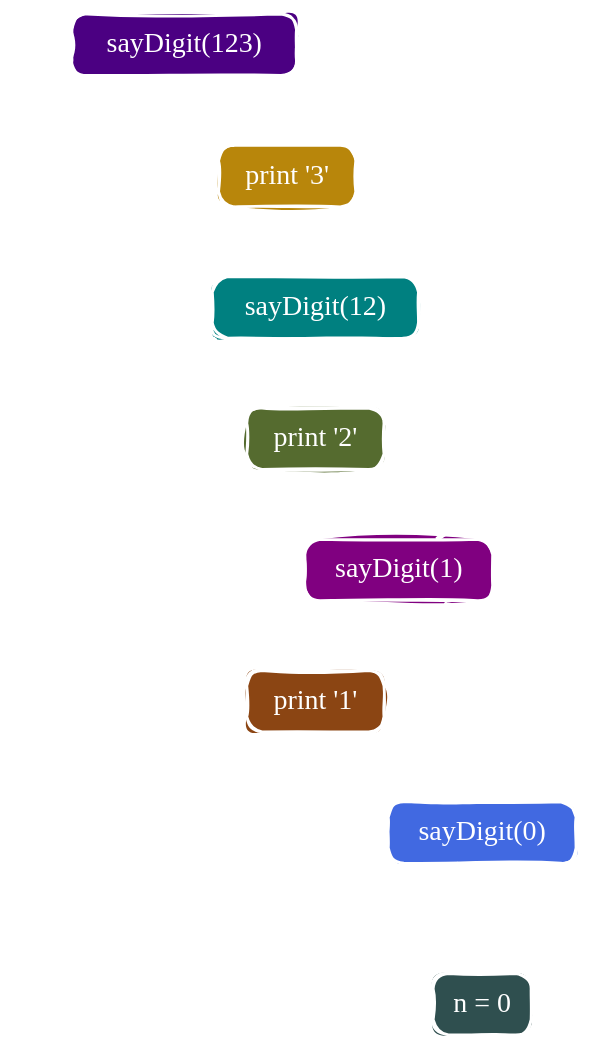
Above: lec31_32_Recursion/sayDigit.excalidraw.svg in snckkund/Cpp (Excalidraw), before the change. Source tidied: one line per element, renumbered; positions are measured from the earlier drawing's top-left corner, leaving out a move shared by most shapes.
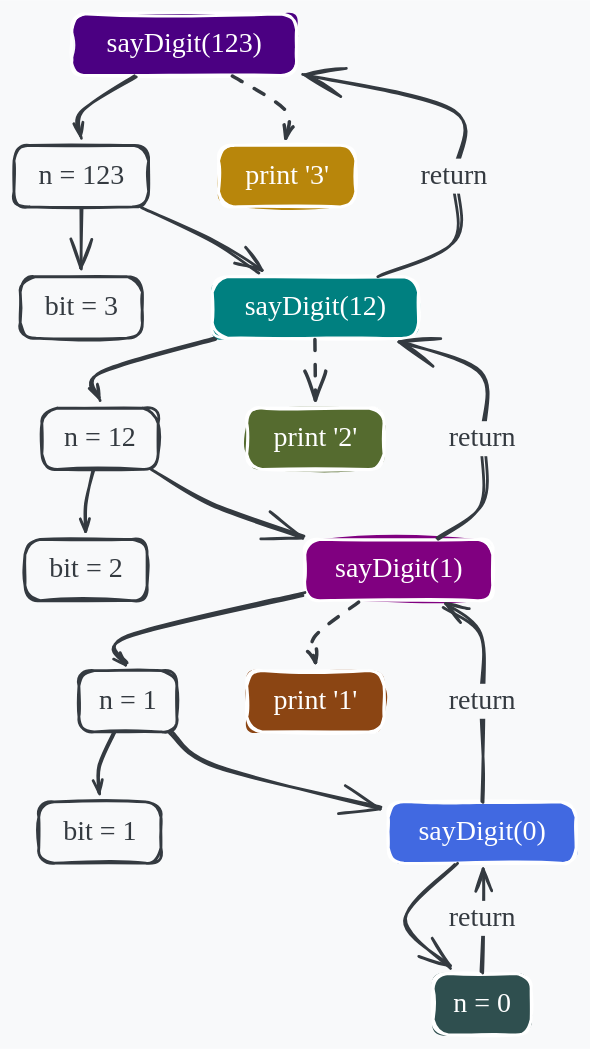
After the change.

Change to the diagram source:
```diff
@@ -1,49 +1,49 @@
 {"id": 0, "type": "rectangle", "strokeColor": "#ffffff", "backgroundColor": "#4B0082", "fillStyle": "solid", "strokeWidth": 2, "roughness": 1, "round": true, "x": 41, "y": 0, "width": 160, "height": 44}
-{"id": 1, "type": "rectangle", "strokeColor": "#ffffff", "strokeWidth": 2, "roughness": 1, "round": true, "x": 0, "y": 94, "width": 96, "height": 44}
+{"id": 1, "type": "rectangle", "strokeColor": "#343a40", "strokeWidth": 2, "roughness": 1, "round": true, "x": 0, "y": 94, "width": 96, "height": 44}
-{"id": 2, "type": "rectangle", "strokeColor": "#ffffff", "strokeWidth": 2, "roughness": 1, "round": true, "x": 4, "y": 188, "width": 87, "height": 44}
+{"id": 2, "type": "rectangle", "strokeColor": "#343a40", "strokeWidth": 2, "roughness": 1, "round": true, "x": 4, "y": 188, "width": 87, "height": 44}
 {"id": 3, "type": "rectangle", "strokeColor": "#ffffff", "backgroundColor": "#008080", "fillStyle": "solid", "strokeWidth": 2, "roughness": 1, "round": true, "x": 142, "y": 188, "width": 147, "height": 44}
-{"id": 4, "type": "rectangle", "strokeColor": "#ffffff", "strokeWidth": 2, "roughness": 1, "round": true, "x": 20, "y": 281, "width": 83, "height": 44}
+{"id": 4, "type": "rectangle", "strokeColor": "#343a40", "strokeWidth": 2, "roughness": 1, "round": true, "x": 20, "y": 281, "width": 83, "height": 44}
-{"id": 5, "type": "rectangle", "strokeColor": "#ffffff", "strokeWidth": 2, "roughness": 1, "round": true, "x": 8, "y": 375, "width": 87, "height": 44}
+{"id": 5, "type": "rectangle", "strokeColor": "#343a40", "strokeWidth": 2, "roughness": 1, "round": true, "x": 8, "y": 375, "width": 87, "height": 44}
 {"id": 6, "type": "rectangle", "strokeColor": "#ffffff", "backgroundColor": "#800080", "fillStyle": "solid", "strokeWidth": 2, "roughness": 1, "round": true, "x": 208, "y": 375, "width": 134, "height": 44}
-{"id": 7, "type": "rectangle", "strokeColor": "#ffffff", "strokeWidth": 2, "roughness": 1, "round": true, "x": 46, "y": 469, "width": 70, "height": 44}
+{"id": 7, "type": "rectangle", "strokeColor": "#343a40", "strokeWidth": 2, "roughness": 1, "round": true, "x": 46, "y": 469, "width": 70, "height": 44}
-{"id": 8, "type": "rectangle", "strokeColor": "#ffffff", "strokeWidth": 2, "roughness": 1, "round": true, "x": 18, "y": 563, "width": 87, "height": 44}
+{"id": 8, "type": "rectangle", "strokeColor": "#343a40", "strokeWidth": 2, "roughness": 1, "round": true, "x": 18, "y": 563, "width": 87, "height": 44}
 {"id": 9, "type": "rectangle", "strokeColor": "#ffffff", "backgroundColor": "#4169E1", "fillStyle": "solid", "strokeWidth": 2, "roughness": 1, "round": true, "x": 267, "y": 563, "width": 134, "height": 44}
 {"id": 10, "type": "rectangle", "strokeColor": "#ffffff", "backgroundColor": "#2F4F4F", "fillStyle": "solid", "strokeWidth": 2, "roughness": 1, "round": true, "x": 300, "y": 685, "width": 70, "height": 44}
 {"id": 11, "type": "rectangle", "strokeColor": "#ffffff", "backgroundColor": "#8B4513", "fillStyle": "solid", "strokeWidth": 2, "roughness": 1, "round": true, "x": 166, "y": 469, "width": 98, "height": 44}
 {"id": 12, "type": "rectangle", "strokeColor": "#ffffff", "backgroundColor": "#556B2F", "fillStyle": "solid", "strokeWidth": 2, "roughness": 1, "round": true, "x": 166, "y": 281, "width": 98, "height": 44}
 {"id": 13, "type": "rectangle", "strokeColor": "#ffffff", "backgroundColor": "#B8860B", "fillStyle": "solid", "strokeWidth": 2, "roughness": 1, "round": true, "x": 146, "y": 94, "width": 98, "height": 44}
-{"id": 14, "type": "arrow", "strokeColor": "#ffffff", "strokeWidth": 2, "roughness": 1, "endArrowhead": "arrow", "round": true, "from": 0, "to": 1, "x": 87, "y": 44, "width": 39, "height": 44, "points": [[0, 0], [-39, 24], [-39, 44]]}
+{"id": 14, "type": "arrow", "strokeColor": "#343a40", "strokeWidth": 2, "roughness": 1, "endArrowhead": "arrow", "round": true, "from": 0, "to": 1, "x": 87, "y": 44, "width": 39, "height": 44, "points": [[0, 0], [-39, 24], [-39, 44]]}
-{"id": 15, "type": "arrow", "strokeColor": "#ffffff", "strokeWidth": 2, "roughness": 1, "endArrowhead": "arrow", "round": true, "from": 1, "to": 2, "x": 48, "y": 138, "width": 0, "height": 44, "points": [[0, 0], [0, 44]]}
+{"id": 15, "type": "arrow", "strokeColor": "#343a40", "strokeWidth": 2, "roughness": 1, "endArrowhead": "arrow", "round": true, "from": 1, "to": 2, "x": 48, "y": 138, "width": 0, "height": 44, "points": [[0, 0], [0, 44]]}
-{"id": 16, "type": "arrow", "strokeColor": "#ffffff", "strokeWidth": 2, "roughness": 1, "endArrowhead": "arrow", "round": true, "from": 1, "to": 3, "x": 92, "y": 138, "width": 84, "height": 46, "points": [[0, 0], [49, 24], [84, 46]]}
+{"id": 16, "type": "arrow", "strokeColor": "#343a40", "strokeWidth": 2, "roughness": 1, "endArrowhead": "arrow", "round": true, "from": 1, "to": 3, "x": 92, "y": 138, "width": 84, "height": 46, "points": [[0, 0], [49, 24], [84, 46]]}
-{"id": 17, "type": "arrow", "strokeColor": "#ffffff", "strokeWidth": 2, "roughness": 1, "endArrowhead": "arrow", "round": true, "from": 3, "to": 4, "x": 143, "y": 232, "width": 82, "height": 44, "points": [[0, 0], [-82, 24], [-82, 44]]}
+{"id": 17, "type": "arrow", "strokeColor": "#343a40", "strokeWidth": 2, "roughness": 1, "endArrowhead": "arrow", "round": true, "from": 3, "to": 4, "x": 143, "y": 232, "width": 82, "height": 44, "points": [[0, 0], [-82, 24], [-82, 44]]}
-{"id": 18, "type": "arrow", "strokeColor": "#ffffff", "strokeWidth": 2, "roughness": 1, "endArrowhead": "arrow", "round": true, "from": 4, "to": 5, "x": 57, "y": 326, "width": 5, "height": 44, "points": [[0, 0], [-5, 24], [-5, 44]]}
+{"id": 18, "type": "arrow", "strokeColor": "#343a40", "strokeWidth": 2, "roughness": 1, "endArrowhead": "arrow", "round": true, "from": 4, "to": 5, "x": 57, "y": 326, "width": 5, "height": 44, "points": [[0, 0], [-5, 24], [-5, 44]]}
-{"id": 19, "type": "arrow", "strokeColor": "#ffffff", "strokeWidth": 2, "roughness": 1, "endArrowhead": "arrow", "round": true, "from": 4, "to": 6, "x": 99, "y": 326, "width": 108, "height": 47, "points": [[0, 0], [42, 24], [108, 47]]}
+{"id": 19, "type": "arrow", "strokeColor": "#343a40", "strokeWidth": 2, "roughness": 1, "endArrowhead": "arrow", "round": true, "from": 4, "to": 6, "x": 99, "y": 326, "width": 108, "height": 47, "points": [[0, 0], [42, 24], [108, 47]]}
-{"id": 20, "type": "arrow", "strokeColor": "#ffffff", "strokeWidth": 2, "roughness": 1, "endArrowhead": "arrow", "round": true, "to": 7, "x": 208, "y": 414, "width": 126, "height": 49, "points": [[0, 0], [-126, 30], [-126, 49]]}
+{"id": 20, "type": "arrow", "strokeColor": "#343a40", "strokeWidth": 2, "roughness": 1, "endArrowhead": "arrow", "round": true, "to": 7, "x": 208, "y": 414, "width": 126, "height": 49, "points": [[0, 0], [-126, 30], [-126, 49]]}
-{"id": 21, "type": "arrow", "strokeColor": "#ffffff", "strokeWidth": 2, "roughness": 1, "endArrowhead": "arrow", "round": true, "from": 7, "to": 8, "x": 72, "y": 513, "width": 11, "height": 44, "points": [[0, 0], [-11, 24], [-11, 44]]}
+{"id": 21, "type": "arrow", "strokeColor": "#343a40", "strokeWidth": 2, "roughness": 1, "endArrowhead": "arrow", "round": true, "from": 7, "to": 8, "x": 72, "y": 513, "width": 11, "height": 44, "points": [[0, 0], [-11, 24], [-11, 44]]}
-{"id": 22, "type": "arrow", "strokeColor": "#ffffff", "strokeWidth": 2, "roughness": 1, "endArrowhead": "arrow", "round": true, "from": 7, "to": 9, "x": 112, "y": 513, "width": 150, "height": 53, "points": [[0, 0], [33, 24], [150, 53]]}
+{"id": 22, "type": "arrow", "strokeColor": "#343a40", "strokeWidth": 2, "roughness": 1, "endArrowhead": "arrow", "round": true, "from": 7, "to": 9, "x": 112, "y": 513, "width": 150, "height": 53, "points": [[0, 0], [33, 24], [150, 53]]}
-{"id": 23, "type": "arrow", "strokeColor": "#ffffff", "strokeWidth": 2, "roughness": 1, "endArrowhead": "arrow", "round": true, "from": 9, "to": 10, "x": 315, "y": 607, "width": 36, "height": 74, "points": [[0, 0], [-36, 39], [-5, 74]]}
+{"id": 23, "type": "arrow", "strokeColor": "#343a40", "strokeWidth": 2, "roughness": 1, "endArrowhead": "arrow", "round": true, "from": 9, "to": 10, "x": 315, "y": 607, "width": 36, "height": 74, "points": [[0, 0], [-36, 39], [-5, 74]]}
-{"id": 24, "type": "arrow", "strokeColor": "#ffffff", "strokeWidth": 2, "roughness": 1, "endArrowhead": "arrow", "round": true, "from": 10, "to": 9, "x": 334, "y": 685, "width": 0, "height": 72, "points": [[0, 0], [0, -39], [0, -72]]}
+{"id": 24, "type": "arrow", "strokeColor": "#343a40", "strokeWidth": 2, "roughness": 1, "endArrowhead": "arrow", "round": true, "from": 10, "to": 9, "x": 334, "y": 685, "width": 0, "height": 72, "points": [[0, 0], [0, -39], [0, -72]]}
-{"id": 25, "type": "arrow", "strokeColor": "#ffffff", "strokeWidth": 2, "roughness": 1, "endArrowhead": "arrow", "round": true, "from": 9, "to": 6, "x": 334, "y": 562, "width": 27, "height": 140, "points": [[0, 0], [0, -24], [0, -71], [0, -118], [-27, -140]]}
+{"id": 25, "type": "arrow", "strokeColor": "#343a40", "strokeWidth": 2, "roughness": 1, "endArrowhead": "arrow", "round": true, "from": 9, "to": 6, "x": 334, "y": 562, "width": 27, "height": 140, "points": [[0, 0], [0, -24], [0, -71], [0, -118], [-27, -140]]}
-{"id": 26, "type": "arrow", "strokeColor": "#ffffff", "strokeWidth": 2, "roughness": 1, "endArrowhead": "arrow", "round": true, "from": 6, "to": 3, "x": 302, "y": 375, "width": 58, "height": 141, "points": [[0, 0], [32, -24], [32, -71], [32, -118], [-26, -141]]}
+{"id": 26, "type": "arrow", "strokeColor": "#343a40", "strokeWidth": 2, "roughness": 1, "endArrowhead": "arrow", "round": true, "from": 6, "to": 3, "x": 302, "y": 375, "width": 58, "height": 141, "points": [[0, 0], [32, -24], [32, -71], [32, -118], [-26, -141]]}
-{"id": 27, "type": "arrow", "strokeColor": "#ffffff", "strokeWidth": 2, "roughness": 1, "endArrowhead": "arrow", "round": true, "from": 3, "to": 0, "x": 261, "y": 187, "width": 107, "height": 144, "points": [[0, 0], [53, -24], [53, -71], [53, -118], [-54, -144]]}
+{"id": 27, "type": "arrow", "strokeColor": "#343a40", "strokeWidth": 2, "roughness": 1, "endArrowhead": "arrow", "round": true, "from": 3, "to": 0, "x": 261, "y": 187, "width": 107, "height": 144, "points": [[0, 0], [53, -24], [53, -71], [53, -118], [-54, -144]]}
-{"id": 28, "type": "arrow", "strokeColor": "#ffffff", "strokeWidth": 2, "strokeStyle": "dashed", "roughness": 1, "endArrowhead": "arrow", "round": true, "from": 6, "to": 11, "x": 247, "y": 420, "width": 32, "height": 44, "points": [[0, 0], [-32, 24], [-32, 44]]}
+{"id": 28, "type": "arrow", "strokeColor": "#343a40", "strokeWidth": 2, "strokeStyle": "dashed", "roughness": 1, "endArrowhead": "arrow", "round": true, "from": 6, "to": 11, "x": 247, "y": 420, "width": 32, "height": 44, "points": [[0, 0], [-32, 24], [-32, 44]]}
-{"id": 29, "type": "arrow", "strokeColor": "#ffffff", "strokeWidth": 2, "strokeStyle": "dashed", "roughness": 1, "endArrowhead": "arrow", "round": true, "from": 3, "to": 12, "x": 215, "y": 232, "width": 0, "height": 44, "points": [[0, 0], [0, 44]]}
+{"id": 29, "type": "arrow", "strokeColor": "#343a40", "strokeWidth": 2, "strokeStyle": "dashed", "roughness": 1, "endArrowhead": "arrow", "round": true, "from": 3, "to": 12, "x": 215, "y": 232, "width": 0, "height": 44, "points": [[0, 0], [0, 44]]}
-{"id": 30, "type": "arrow", "strokeColor": "#ffffff", "strokeWidth": 2, "strokeStyle": "dashed", "roughness": 1, "endArrowhead": "arrow", "round": true, "from": 0, "to": 13, "x": 156, "y": 44, "width": 39, "height": 44, "points": [[0, 0], [39, 24], [39, 44]]}
+{"id": 30, "type": "arrow", "strokeColor": "#343a40", "strokeWidth": 2, "strokeStyle": "dashed", "roughness": 1, "endArrowhead": "arrow", "round": true, "from": 0, "to": 13, "x": 156, "y": 44, "width": 39, "height": 44, "points": [[0, 0], [39, 24], [39, 44]]}
 {"id": 31, "type": "text", "text": "sayDigit(123)", "strokeColor": "#ffffff", "strokeWidth": 2, "roughness": 1, "fontSize": 20, "fontFamily": 5, "textAlign": "center", "verticalAlign": "middle", "inside": 0, "x": 56, "y": 9, "width": 132, "height": 25}
-{"id": 32, "type": "text", "text": "n = 123", "strokeColor": "#ffffff", "strokeWidth": 2, "roughness": 1, "fontSize": 20, "fontFamily": 5, "textAlign": "center", "verticalAlign": "middle", "inside": 1, "x": 12, "y": 103, "width": 72, "height": 25}
+{"id": 32, "type": "text", "text": "n = 123", "strokeColor": "#343a40", "strokeWidth": 2, "roughness": 1, "fontSize": 20, "fontFamily": 5, "textAlign": "center", "verticalAlign": "middle", "inside": 1, "x": 12, "y": 103, "width": 72, "height": 25}
-{"id": 33, "type": "text", "text": "bit = 3", "strokeColor": "#ffffff", "strokeWidth": 2, "roughness": 1, "fontSize": 20, "fontFamily": 5, "textAlign": "center", "verticalAlign": "middle", "inside": 2, "x": 15, "y": 197, "width": 66, "height": 25}
+{"id": 33, "type": "text", "text": "bit = 3", "strokeColor": "#343a40", "strokeWidth": 2, "roughness": 1, "fontSize": 20, "fontFamily": 5, "textAlign": "center", "verticalAlign": "middle", "inside": 2, "x": 15, "y": 197, "width": 66, "height": 25}
 {"id": 34, "type": "text", "text": "sayDigit(12)", "strokeColor": "#ffffff", "strokeWidth": 2, "roughness": 1, "fontSize": 20, "fontFamily": 5, "textAlign": "center", "verticalAlign": "middle", "inside": 3, "x": 155, "y": 197, "width": 120, "height": 25}
-{"id": 35, "type": "text", "text": "n = 12", "strokeColor": "#ffffff", "strokeWidth": 2, "roughness": 1, "fontSize": 20, "fontFamily": 5, "textAlign": "center", "verticalAlign": "middle", "inside": 4, "x": 31, "y": 291, "width": 60, "height": 25}
+{"id": 35, "type": "text", "text": "n = 12", "strokeColor": "#343a40", "strokeWidth": 2, "roughness": 1, "fontSize": 20, "fontFamily": 5, "textAlign": "center", "verticalAlign": "middle", "inside": 4, "x": 31, "y": 291, "width": 60, "height": 25}
-{"id": 36, "type": "text", "text": "bit = 2", "strokeColor": "#ffffff", "strokeWidth": 2, "roughness": 1, "fontSize": 20, "fontFamily": 5, "textAlign": "center", "verticalAlign": "middle", "inside": 5, "x": 17, "y": 385, "width": 68, "height": 25}
+{"id": 36, "type": "text", "text": "bit = 2", "strokeColor": "#343a40", "strokeWidth": 2, "roughness": 1, "fontSize": 20, "fontFamily": 5, "textAlign": "center", "verticalAlign": "middle", "inside": 5, "x": 17, "y": 385, "width": 68, "height": 25}
 {"id": 37, "type": "text", "text": "sayDigit(1)", "strokeColor": "#ffffff", "strokeWidth": 2, "roughness": 1, "fontSize": 20, "fontFamily": 5, "textAlign": "center", "verticalAlign": "middle", "inside": 6, "x": 222, "y": 385, "width": 106, "height": 25}
-{"id": 38, "type": "text", "text": "n = 1", "strokeColor": "#ffffff", "strokeWidth": 2, "roughness": 1, "fontSize": 20, "fontFamily": 5, "textAlign": "center", "verticalAlign": "middle", "inside": 7, "x": 58, "y": 478, "width": 46, "height": 25}
+{"id": 38, "type": "text", "text": "n = 1", "strokeColor": "#343a40", "strokeWidth": 2, "roughness": 1, "fontSize": 20, "fontFamily": 5, "textAlign": "center", "verticalAlign": "middle", "inside": 7, "x": 58, "y": 478, "width": 46, "height": 25}
-{"id": 39, "type": "text", "text": "bit = 1", "strokeColor": "#ffffff", "strokeWidth": 2, "roughness": 1, "fontSize": 20, "fontFamily": 5, "textAlign": "center", "verticalAlign": "middle", "inside": 8, "x": 30, "y": 572, "width": 63, "height": 25}
+{"id": 39, "type": "text", "text": "bit = 1", "strokeColor": "#343a40", "strokeWidth": 2, "roughness": 1, "fontSize": 20, "fontFamily": 5, "textAlign": "center", "verticalAlign": "middle", "inside": 8, "x": 30, "y": 572, "width": 63, "height": 25}
 {"id": 40, "type": "text", "text": "sayDigit(0)", "strokeColor": "#ffffff", "strokeWidth": 2, "roughness": 1, "fontSize": 20, "fontFamily": 5, "textAlign": "center", "verticalAlign": "middle", "inside": 9, "x": 280, "y": 572, "width": 109, "height": 25}
 {"id": 41, "type": "text", "text": "n = 0", "strokeColor": "#ffffff", "strokeWidth": 2, "roughness": 1, "fontSize": 20, "fontFamily": 5, "textAlign": "center", "verticalAlign": "middle", "inside": 10, "x": 309, "y": 695, "width": 51, "height": 25}
 {"id": 42, "type": "text", "text": "print '1'", "strokeColor": "#ffffff", "strokeWidth": 2, "roughness": 1, "fontSize": 20, "fontFamily": 5, "textAlign": "center", "verticalAlign": "middle", "inside": 11, "x": 180, "y": 478, "width": 71, "height": 25}
 {"id": 43, "type": "text", "text": "print '2'", "strokeColor": "#ffffff", "strokeWidth": 2, "roughness": 1, "fontSize": 20, "fontFamily": 5, "textAlign": "center", "verticalAlign": "middle", "inside": 12, "x": 177, "y": 291, "width": 77, "height": 25}
 {"id": 44, "type": "text", "text": "print '3'", "strokeColor": "#ffffff", "strokeWidth": 2, "roughness": 1, "fontSize": 20, "fontFamily": 5, "textAlign": "center", "verticalAlign": "middle", "inside": 13, "x": 158, "y": 103, "width": 75, "height": 25}
-{"id": 45, "type": "text", "text": "return", "strokeColor": "#ffffff", "strokeWidth": 2, "roughness": 1, "fontSize": 20, "fontFamily": 5, "textAlign": "center", "verticalAlign": "middle", "inside": 24, "x": 305, "y": 634, "width": 59, "height": 25}
+{"id": 45, "type": "text", "text": "return", "strokeColor": "#343a40", "strokeWidth": 2, "roughness": 1, "fontSize": 20, "fontFamily": 5, "textAlign": "center", "verticalAlign": "middle", "inside": 24, "x": 305, "y": 634, "width": 59, "height": 25}
-{"id": 46, "type": "text", "text": "return", "strokeColor": "#ffffff", "strokeWidth": 2, "roughness": 1, "fontSize": 20, "fontFamily": 5, "textAlign": "center", "verticalAlign": "middle", "inside": 25, "x": 305, "y": 478, "width": 59, "height": 25}
+{"id": 46, "type": "text", "text": "return", "strokeColor": "#343a40", "strokeWidth": 2, "roughness": 1, "fontSize": 20, "fontFamily": 5, "textAlign": "center", "verticalAlign": "middle", "inside": 25, "x": 305, "y": 478, "width": 59, "height": 25}
-{"id": 47, "type": "text", "text": "return", "strokeColor": "#ffffff", "strokeWidth": 2, "roughness": 1, "fontSize": 20, "fontFamily": 5, "textAlign": "center", "verticalAlign": "middle", "inside": 26, "x": 305, "y": 291, "width": 59, "height": 25}
+{"id": 47, "type": "text", "text": "return", "strokeColor": "#343a40", "strokeWidth": 2, "roughness": 1, "fontSize": 20, "fontFamily": 5, "textAlign": "center", "verticalAlign": "middle", "inside": 26, "x": 305, "y": 291, "width": 59, "height": 25}
-{"id": 48, "type": "text", "text": "return", "strokeColor": "#ffffff", "strokeWidth": 2, "roughness": 1, "fontSize": 20, "fontFamily": 5, "textAlign": "center", "verticalAlign": "middle", "inside": 27, "x": 285, "y": 103, "width": 59, "height": 25}
+{"id": 48, "type": "text", "text": "return", "strokeColor": "#343a40", "strokeWidth": 2, "roughness": 1, "fontSize": 20, "fontFamily": 5, "textAlign": "center", "verticalAlign": "middle", "inside": 27, "x": 285, "y": 103, "width": 59, "height": 25}
```
